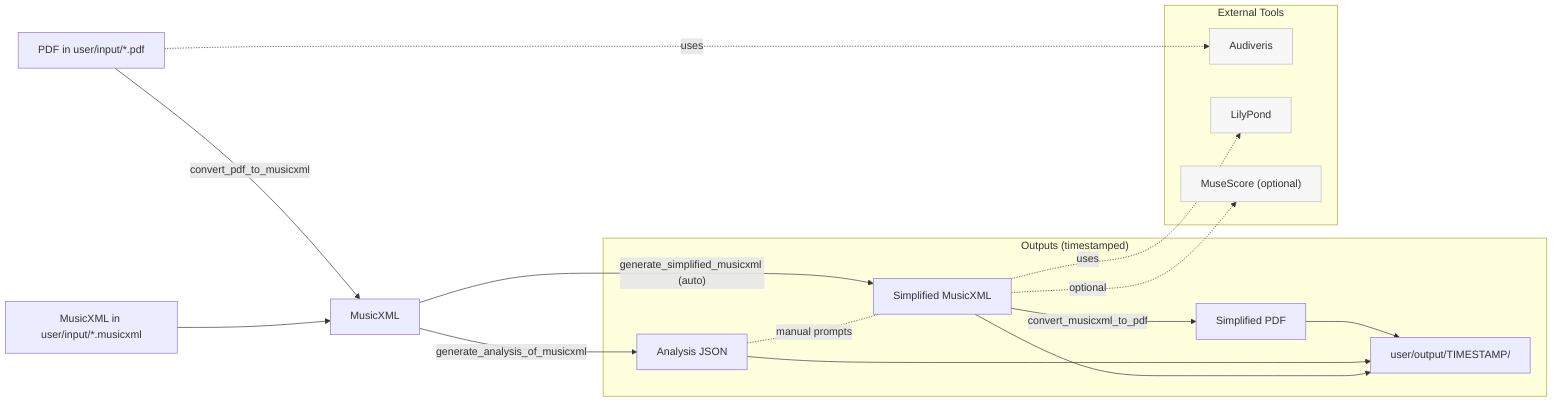
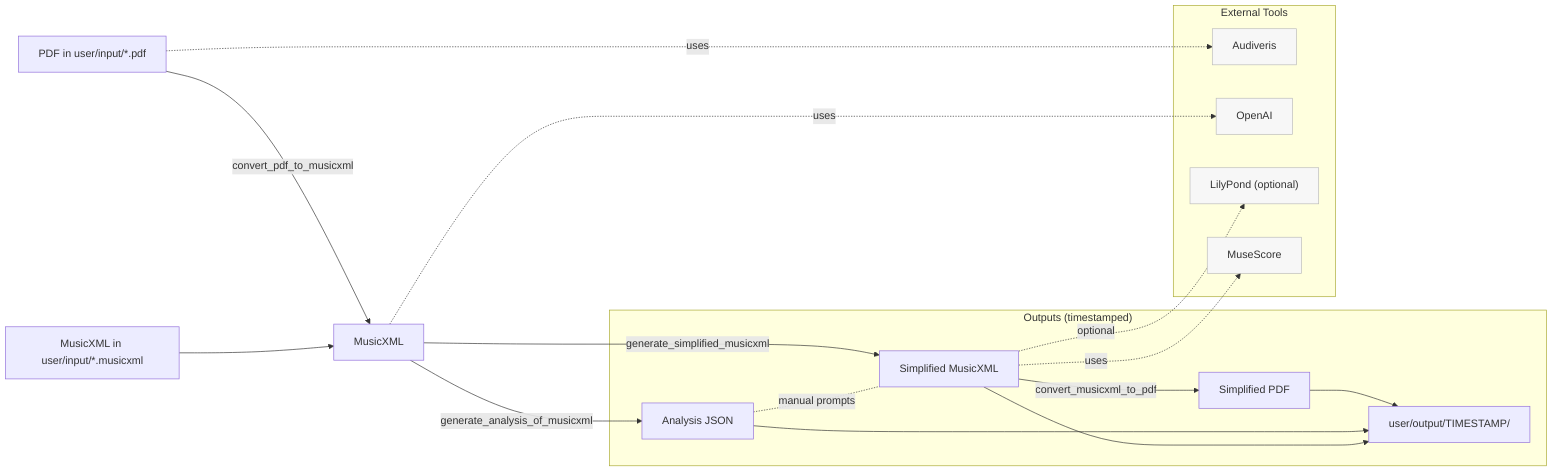
flowchart LR
    %% Inputs
    A1[PDF in user/input/*.pdf]
    A2[MusicXML in user/input/*.musicxml]

    %% Conversion: PDF -> MusicXML (Audiveris)
    A1 -- convert_pdf_to_musicxml --> B[MusicXML]

    %% Direct MusicXML path
    A2 --> B

    %% Analyze MusicXML
    B -- generate_analysis_of_musicxml --> C[Analysis JSON]

    %% Simplify MusicXML
-     B -- generate_simplified_musicxml (auto) --> D[Simplified MusicXML]
+     B -- generate_simplified_musicxml --> D[Simplified MusicXML]
    C -. manual prompts .- D

    %% Render to PDF
    D -- convert_musicxml_to_pdf --> E[Simplified PDF]

    %% Outputs
    subgraph "Outputs (timestamped)"
        E --> O1[user/output/TIMESTAMP/]
        C --> O1
        D --> O1
    end

    %% External tools (behind the commands)
    classDef ext fill:#f7f7f7,stroke:#bbb,color:#333;
    subgraph External Tools
-         X[Audiveris]:::ext
-         Y[LilyPond]:::ext
-         Z["MuseScore (optional)"]:::ext
+         W[Audiveris]:::ext
+         X[OpenAI]:::ext
+         Y["LilyPond (optional)"]:::ext
+         Z[MuseScore]:::ext
    end

    %% Show tool involvement (informational)
-     A1 -. uses .-> X
-     D  -. uses .-> Y
-     D  -. optional .-> Z
+     A1 -. uses .-> W
+     B  -. uses .-> X
+     D  -. optional .-> Y
+     D  -. uses .-> Z
